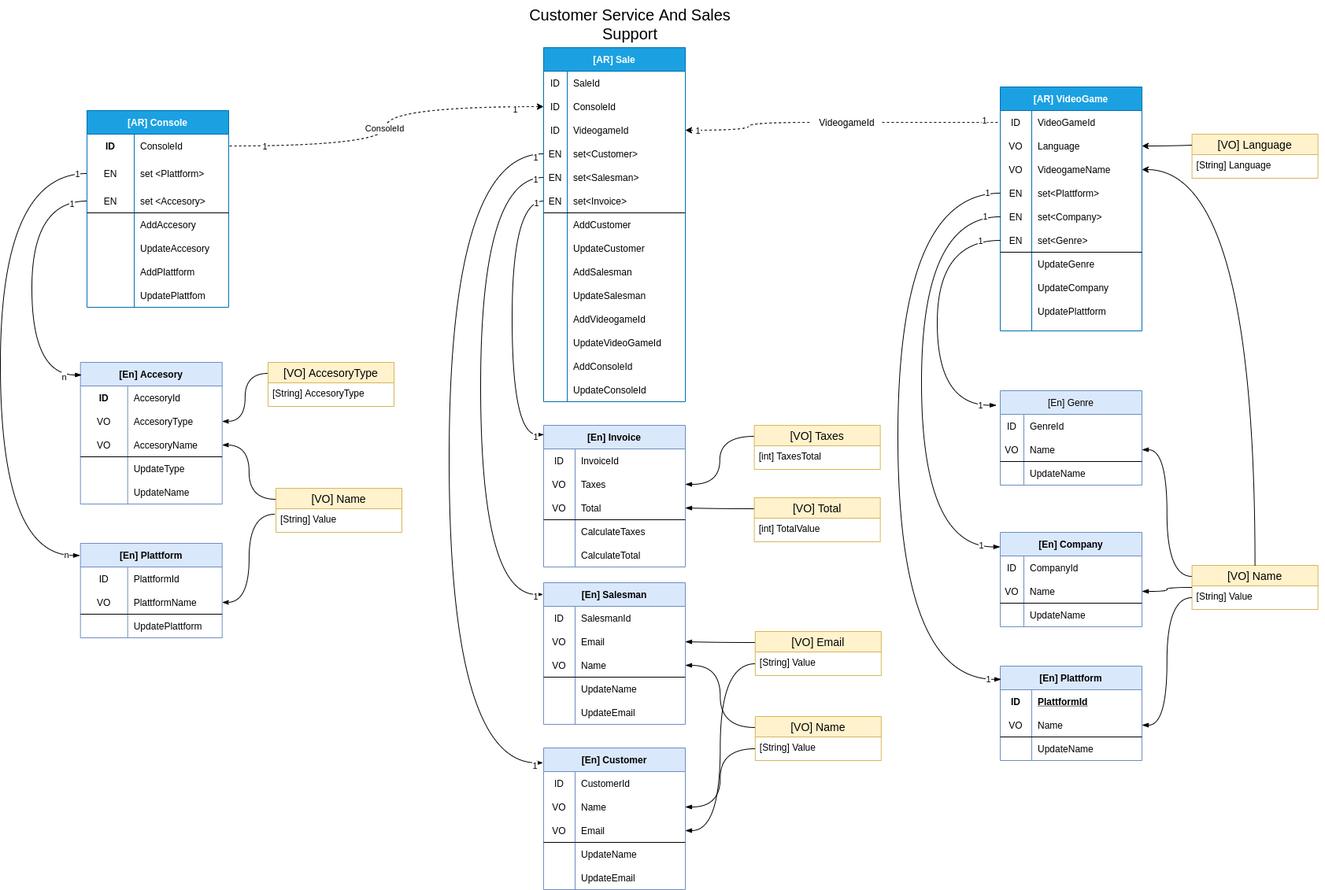
This is Model Design/DomainModel.png from maxdarkx/DomainModel, a draw.io export, as it was before one commit. Source tidied: cells renumbered, new cells last; positions are measured from the earlier drawing's top-left corner, leaving out a move shared by most shapes.
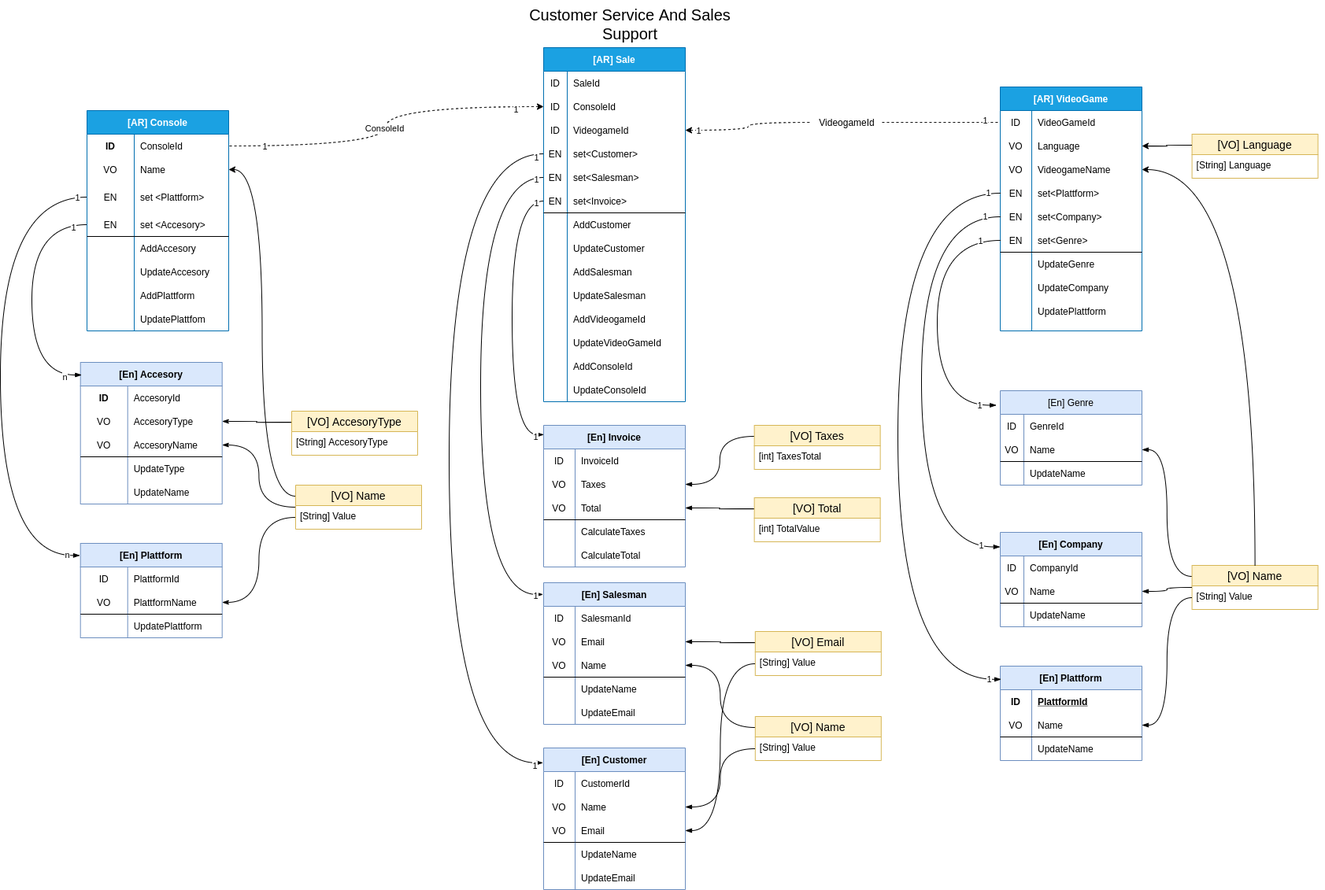
The same file after the commit.

What changed in the source:
```diff
@@ -6,7 +6,7 @@
       <mxGeometry x="660" width="280" height="60" as="geometry" />
     </mxCell>
     <mxCell id="3" value="[AR] Console" style="shape=table;startSize=30;rowLines=0;fontStyle=1;align=center;hachureGap=4;fillColor=#1ba1e2;strokeColor=#006EAF;fontColor=#ffffff;" parent="1" vertex="1">
-      <mxGeometry x="110" y="140" width="180" height="250" as="geometry" />
+      <mxGeometry x="110" y="140" width="180" height="280" as="geometry" />
     </mxCell>
     <mxCell id="4" style="shape=partialRectangle;fillColor=none;top=0;left=0;bottom=0;right=0;points=[[0,0.5],[1,0.5]];portConstraint=eastwest;" parent="3" vertex="1">
       <mxGeometry y="30" width="180" height="30" as="geometry" />
@@ -17,8 +17,17 @@
     <mxCell id="6" value="ConsoleId" style="shape=partialRectangle;fillColor=none;top=0;left=0;bottom=0;right=0;align=left;spacingLeft=6;fontStyle=0;overflow=hidden;" parent="4" vertex="1">
       <mxGeometry x="60" width="120" height="30" as="geometry" />
     </mxCell>
+    <mxCell id="268" style="shape=partialRectangle;fillColor=none;top=0;left=0;bottom=0;right=0;points=[[0,0.5],[1,0.5]];portConstraint=eastwest;" parent="3" vertex="1">
+      <mxGeometry y="60" width="180" height="30" as="geometry" />
+    </mxCell>
+    <mxCell id="269" value="VO" style="shape=partialRectangle;fillColor=none;top=0;left=0;bottom=0;right=0;overflow=hidden;" parent="268" vertex="1">
+      <mxGeometry width="60" height="30" as="geometry" />
+    </mxCell>
+    <mxCell id="270" value="Name" style="shape=partialRectangle;fillColor=none;top=0;left=0;bottom=0;right=0;align=left;spacingLeft=6;overflow=hidden;" parent="268" vertex="1">
+      <mxGeometry x="60" width="120" height="30" as="geometry" />
+    </mxCell>
     <mxCell id="7" style="shape=partialRectangle;fillColor=none;top=0;left=0;bottom=0;right=0;points=[[0,0.5],[1,0.5]];portConstraint=eastwest;hachureGap=4;" parent="3" vertex="1">
-      <mxGeometry y="60" width="180" height="40" as="geometry" />
+      <mxGeometry y="90" width="180" height="40" as="geometry" />
     </mxCell>
     <mxCell id="8" value="EN" style="shape=partialRectangle;fillColor=none;top=0;left=0;bottom=0;right=0;overflow=hidden;" parent="7" vertex="1">
       <mxGeometry width="60" height="40" as="geometry" />
@@ -27,7 +36,7 @@
       <mxGeometry x="60" width="120" height="40" as="geometry" />
     </mxCell>
     <mxCell id="10" style="shape=partialRectangle;fillColor=none;top=0;left=0;bottom=0;right=0;points=[[0,0.5],[1,0.5]];portConstraint=eastwest;hachureGap=4;" parent="3" vertex="1">
-      <mxGeometry y="100" width="180" height="30" as="geometry" />
+      <mxGeometry y="130" width="180" height="30" as="geometry" />
     </mxCell>
     <mxCell id="11" value="EN" style="shape=partialRectangle;fillColor=none;top=0;left=0;bottom=1;right=0;overflow=hidden;" parent="10" vertex="1">
       <mxGeometry width="60" height="30" as="geometry" />
@@ -36,7 +45,7 @@
       <mxGeometry x="60" width="120" height="30" as="geometry" />
     </mxCell>
     <mxCell id="13" style="shape=partialRectangle;fillColor=none;top=0;left=0;bottom=0;right=0;" parent="3" vertex="1">
-      <mxGeometry y="130" width="180" height="30" as="geometry" />
+      <mxGeometry y="160" width="180" height="30" as="geometry" />
     </mxCell>
     <mxCell id="14" style="shape=partialRectangle;fillColor=none;top=0;left=0;bottom=0;right=0;overflow=hidden;" parent="13" vertex="1">
       <mxGeometry width="60" height="30" as="geometry" />
@@ -45,7 +54,7 @@
       <mxGeometry x="60" width="120" height="30" as="geometry" />
     </mxCell>
     <mxCell id="16" style="shape=partialRectangle;fillColor=none;top=0;left=0;bottom=0;right=0;" parent="3" vertex="1">
-      <mxGeometry y="160" width="180" height="30" as="geometry" />
+      <mxGeometry y="190" width="180" height="30" as="geometry" />
     </mxCell>
     <mxCell id="17" style="shape=partialRectangle;fillColor=none;top=0;left=0;bottom=0;right=0;overflow=hidden;" parent="16" vertex="1">
       <mxGeometry width="60" height="30" as="geometry" />
@@ -54,7 +63,7 @@
       <mxGeometry x="60" width="120" height="30" as="geometry" />
     </mxCell>
     <mxCell id="19" style="shape=partialRectangle;fillColor=none;top=0;left=0;bottom=0;right=0;hachureGap=4;" parent="3" vertex="1">
-      <mxGeometry y="190" width="180" height="30" as="geometry" />
+      <mxGeometry y="220" width="180" height="30" as="geometry" />
     </mxCell>
     <mxCell id="20" style="shape=partialRectangle;fillColor=none;top=0;left=0;bottom=0;right=0;overflow=hidden;" parent="19" vertex="1">
       <mxGeometry width="60" height="30" as="geometry" />
@@ -63,7 +72,7 @@
       <mxGeometry x="60" width="120" height="30" as="geometry" />
     </mxCell>
     <mxCell id="22" style="shape=partialRectangle;fillColor=none;top=0;left=0;bottom=0;right=0;hachureGap=4;" parent="3" vertex="1">
-      <mxGeometry y="220" width="180" height="30" as="geometry" />
+      <mxGeometry y="250" width="180" height="30" as="geometry" />
     </mxCell>
     <mxCell id="23" style="shape=partialRectangle;fillColor=none;top=0;left=0;bottom=0;right=0;overflow=hidden;" parent="22" vertex="1">
       <mxGeometry width="60" height="30" as="geometry" />
@@ -599,7 +608,7 @@
     <mxCell id="200" style="edgeStyle=orthogonalEdgeStyle;curved=1;jettySize=auto;html=1;exitX=0;exitY=0.5;exitDx=0;exitDy=0;entryX=0.009;entryY=0.089;entryDx=0;entryDy=0;entryPerimeter=0;endArrow=blockThin;endFill=1;sourcePerimeterSpacing=8;targetPerimeterSpacing=8;" parent="1" edge="1" source="10" target="106">
       <mxGeometry relative="1" as="geometry">
         <Array as="points">
-          <mxPoint x="40" y="255" />
+          <mxPoint x="40" y="285" />
           <mxPoint x="40" y="476" />
         </Array>
       </mxGeometry>
@@ -615,7 +624,7 @@
     <mxCell id="203" style="edgeStyle=orthogonalEdgeStyle;curved=1;jettySize=auto;html=1;exitX=0;exitY=0.5;exitDx=0;exitDy=0;entryX=-0.004;entryY=0.128;entryDx=0;entryDy=0;entryPerimeter=0;endArrow=blockThin;endFill=1;sourcePerimeterSpacing=8;targetPerimeterSpacing=8;" parent="1" edge="1" source="7" target="96">
       <mxGeometry relative="1" as="geometry">
         <Array as="points">
-          <mxPoint y="220" />
+          <mxPoint y="250" />
           <mxPoint y="705" />
         </Array>
       </mxGeometry>
@@ -626,25 +635,28 @@
     <mxCell id="205" value="n" style="edgeLabel;html=1;align=center;verticalAlign=middle;" parent="203" vertex="1">
       <mxGeometry x="0.95" y="1" relative="1" as="geometry" />
     </mxCell>
+    <mxCell id="271" style="edgeStyle=orthogonalEdgeStyle;rounded=0;jettySize=auto;html=1;exitX=0;exitY=0.25;exitDx=0;exitDy=0;entryX=1;entryY=0.5;entryDx=0;entryDy=0;curved=1;" parent="1" edge="1" source="206" target="268">
+      <mxGeometry relative="1" as="geometry" />
+    </mxCell>
     <mxCell id="206" value="[VO] Name" style="swimlane;fontStyle=0;horizontal=1;startSize=26;align=center;fontSize=14;hachureGap=4;fillColor=#fff2cc;strokeColor=#d6b656;" parent="1" vertex="1">
-      <mxGeometry x="350" y="620" width="160" height="56" as="geometry" />
+      <mxGeometry x="375" y="616" width="160" height="56" as="geometry" />
     </mxCell>
     <mxCell id="207" value="[String] Value" style="text;strokeColor=none;fillColor=none;spacingLeft=4;spacingRight=4;overflow=hidden;points=[[0,0.5],[1,0.5]];portConstraint=eastwest;fontSize=12;" parent="206" vertex="1">
       <mxGeometry y="26" width="160" height="30" as="geometry" />
     </mxCell>
     <mxCell id="208" value="[VO] AccesoryType" style="swimlane;fontStyle=0;horizontal=1;startSize=26;align=center;fontSize=14;hachureGap=4;fillColor=#fff2cc;strokeColor=#d6b656;" parent="1" vertex="1">
-      <mxGeometry x="340" y="460" width="160" height="56" as="geometry" />
+      <mxGeometry x="370" y="522" width="160" height="56" as="geometry" />
     </mxCell>
     <mxCell id="209" value="[String] AccesoryType" style="text;strokeColor=none;fillColor=none;spacingLeft=4;spacingRight=4;overflow=hidden;fontSize=12;" parent="208" vertex="1">
       <mxGeometry y="26" width="160" height="30" as="geometry" />
     </mxCell>
-    <mxCell id="210" style="edgeStyle=orthogonalEdgeStyle;curved=1;jettySize=auto;html=1;exitX=1;exitY=0.5;exitDx=0;exitDy=0;entryX=0;entryY=0.25;entryDx=0;entryDy=0;endArrow=none;endFill=0;sourcePerimeterSpacing=8;targetPerimeterSpacing=8;startArrow=classicThin;startFill=1;" parent="1" edge="1" source="113" target="206">
+    <mxCell id="210" style="edgeStyle=orthogonalEdgeStyle;curved=1;jettySize=auto;html=1;exitX=1;exitY=0.5;exitDx=0;exitDy=0;entryX=0;entryY=0.5;entryDx=0;entryDy=0;endArrow=none;endFill=0;sourcePerimeterSpacing=8;targetPerimeterSpacing=8;startArrow=classicThin;startFill=1;" parent="1" edge="1" source="113" target="206">
       <mxGeometry relative="1" as="geometry" />
     </mxCell>
     <mxCell id="211" style="edgeStyle=orthogonalEdgeStyle;curved=1;jettySize=auto;html=1;exitX=1;exitY=0.5;exitDx=0;exitDy=0;entryX=0;entryY=0.25;entryDx=0;entryDy=0;endArrow=none;endFill=0;sourcePerimeterSpacing=8;targetPerimeterSpacing=8;startArrow=classicThin;startFill=1;" parent="1" edge="1" source="110" target="208">
       <mxGeometry relative="1" as="geometry" />
     </mxCell>
-    <mxCell id="212" style="edgeStyle=orthogonalEdgeStyle;curved=1;jettySize=auto;html=1;exitX=1;exitY=0.5;exitDx=0;exitDy=0;entryX=-0.007;entryY=0.231;entryDx=0;entryDy=0;endArrow=none;endFill=0;sourcePerimeterSpacing=8;targetPerimeterSpacing=8;entryPerimeter=0;startArrow=classicThin;startFill=1;" parent="1" edge="1" source="100" target="207">
+    <mxCell id="212" style="edgeStyle=orthogonalEdgeStyle;curved=1;jettySize=auto;html=1;exitX=1;exitY=0.5;exitDx=0;exitDy=0;entryX=0;entryY=0.5;entryDx=0;entryDy=0;endArrow=none;endFill=0;sourcePerimeterSpacing=8;targetPerimeterSpacing=8;startArrow=classicThin;startFill=1;" parent="1" edge="1" source="100" target="207">
       <mxGeometry relative="1" as="geometry" />
     </mxCell>
     <mxCell id="213" style="edgeStyle=orthogonalEdgeStyle;curved=1;jettySize=auto;html=1;exitX=0;exitY=0.5;exitDx=0;exitDy=0;entryX=1;entryY=0.5;entryDx=0;entryDy=0;endArrow=none;endFill=0;sourcePerimeterSpacing=8;targetPerimeterSpacing=8;dashed=1;startArrow=classic;startFill=1;" parent="1" edge="1" source="29" target="4">
```
